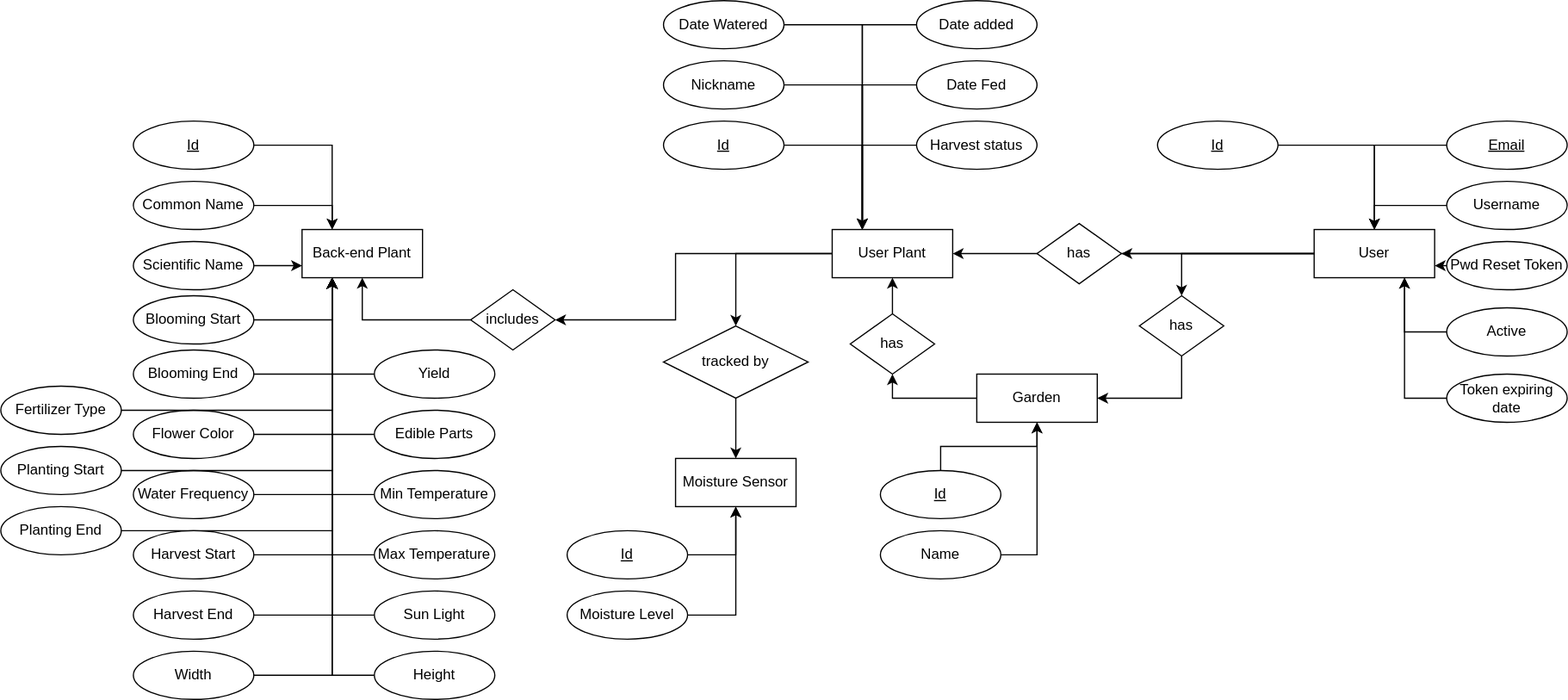
The draw.io diagram docs/assets/svg/architecturalDiagrams/EERM.drawio.svg in Green-Fingers-App/gardeningApp, before a commit. Source tidied: cells renumbered, new cells last; positions are measured from the earlier drawing's top-left corner, leaving out a move shared by most shapes.
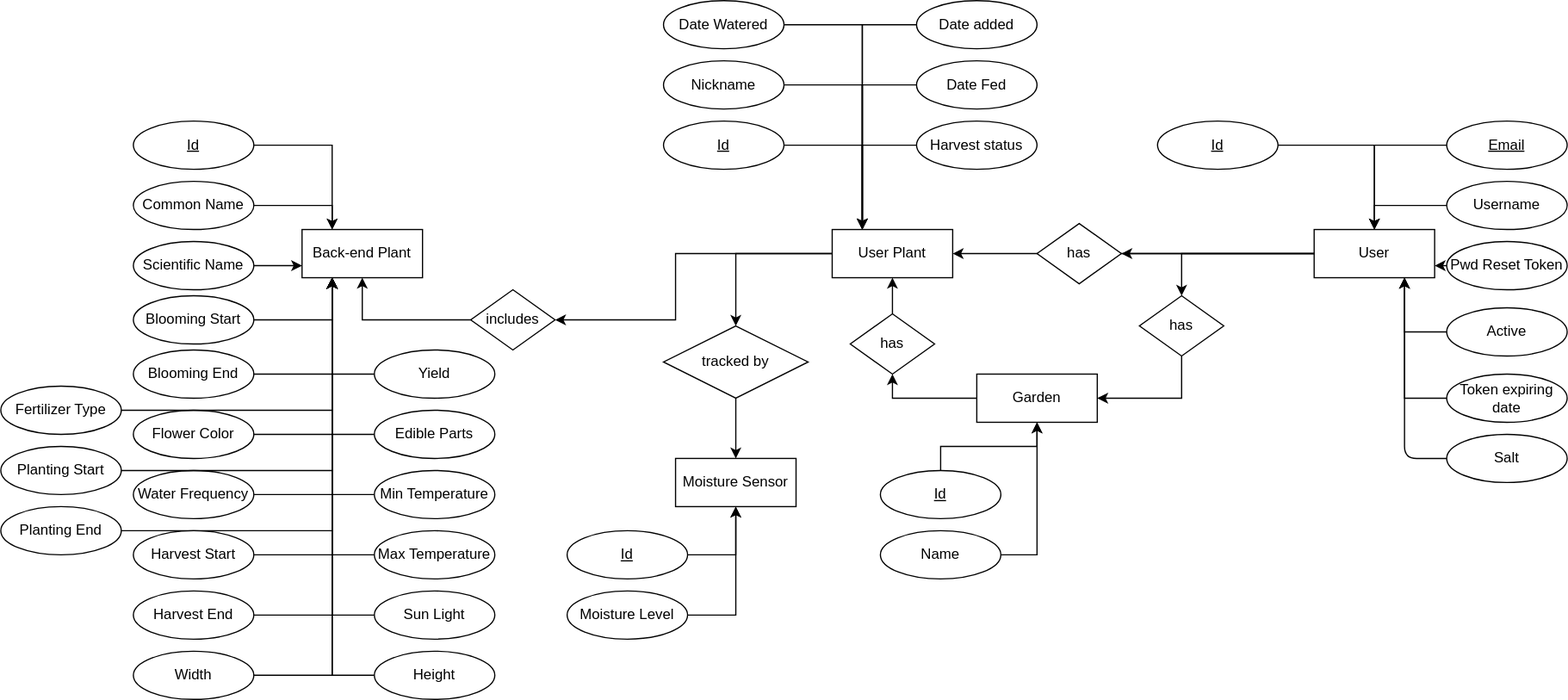
After the change.

Change to the diagram source:
```diff
@@ -338,5 +338,15 @@
     <mxCell id="91" value="has" style="shape=rhombus;perimeter=rhombusPerimeter;whiteSpace=wrap;html=1;align=center;" parent="1" vertex="1">
       <mxGeometry x="860" y="185" width="70" height="50" as="geometry" />
     </mxCell>
+    <mxCell id="92" style="edgeStyle=none;html=1;entryX=0.75;entryY=1;entryDx=0;entryDy=0;" parent="1" edge="1" source="93" target="9">
+      <mxGeometry relative="1" as="geometry">
+        <Array as="points">
+          <mxPoint x="1165" y="380" />
+        </Array>
+      </mxGeometry>
+    </mxCell>
+    <mxCell id="93" value="Salt" style="ellipse;whiteSpace=wrap;html=1;align=center;" parent="1" vertex="1">
+      <mxGeometry x="1200" y="360" width="100" height="40" as="geometry" />
+    </mxCell>
   </root>
 </mxGraphModel>
```
